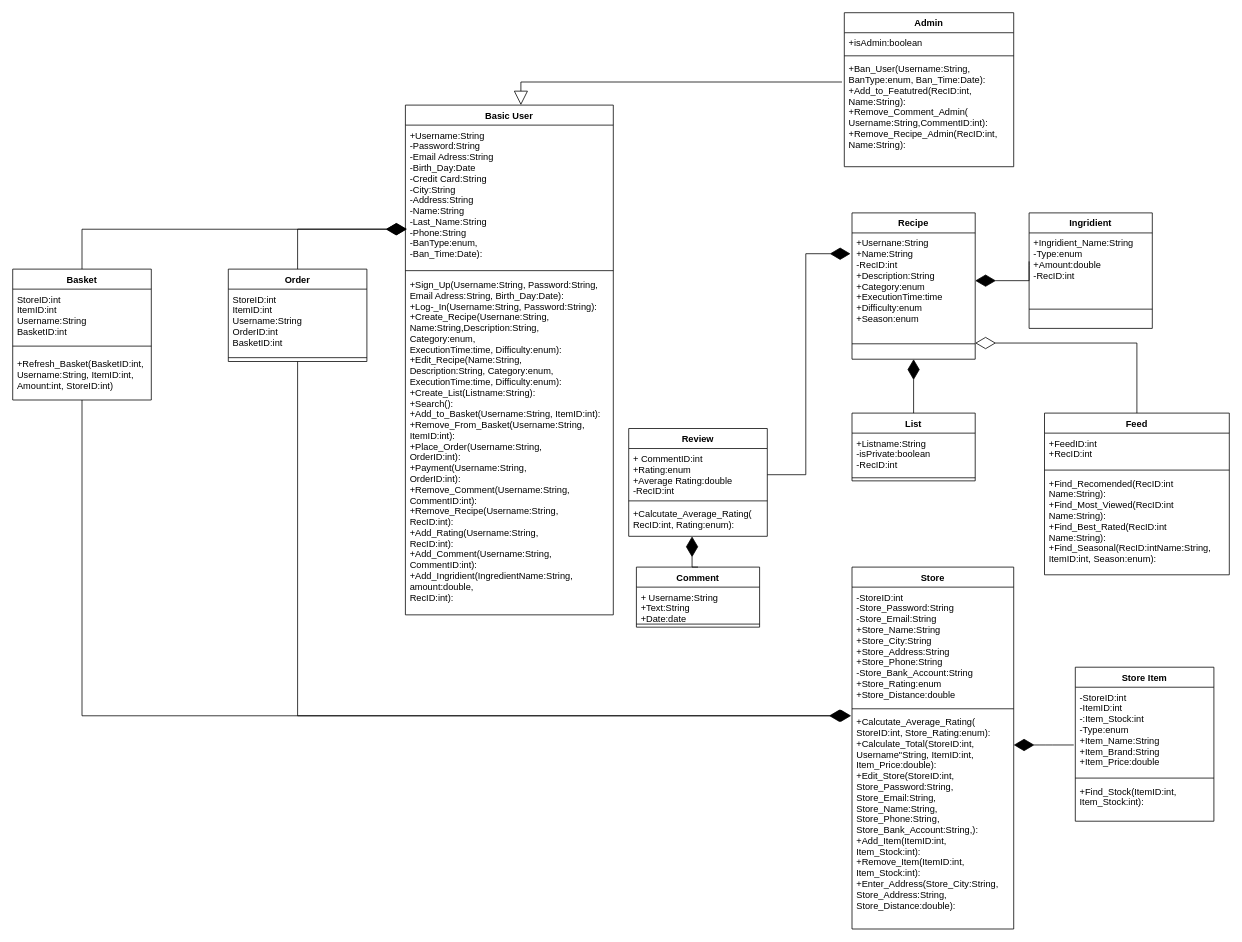
NKapetanidis/TexnologiaLogismikou keeps this draw.io diagram as Αναφορές/4o Παραδοτέο TΛ/Domain-model-v0.3.drawio. Above is the earlier version. Source tidied: cells renumbered, new cells numbered last; positions are measured from the earlier drawing's top-left corner, leaving out a move shared by most shapes. Both pictures are drawn from the tidied source at 77%, with x=0, y=0 at pixel (12, 12).
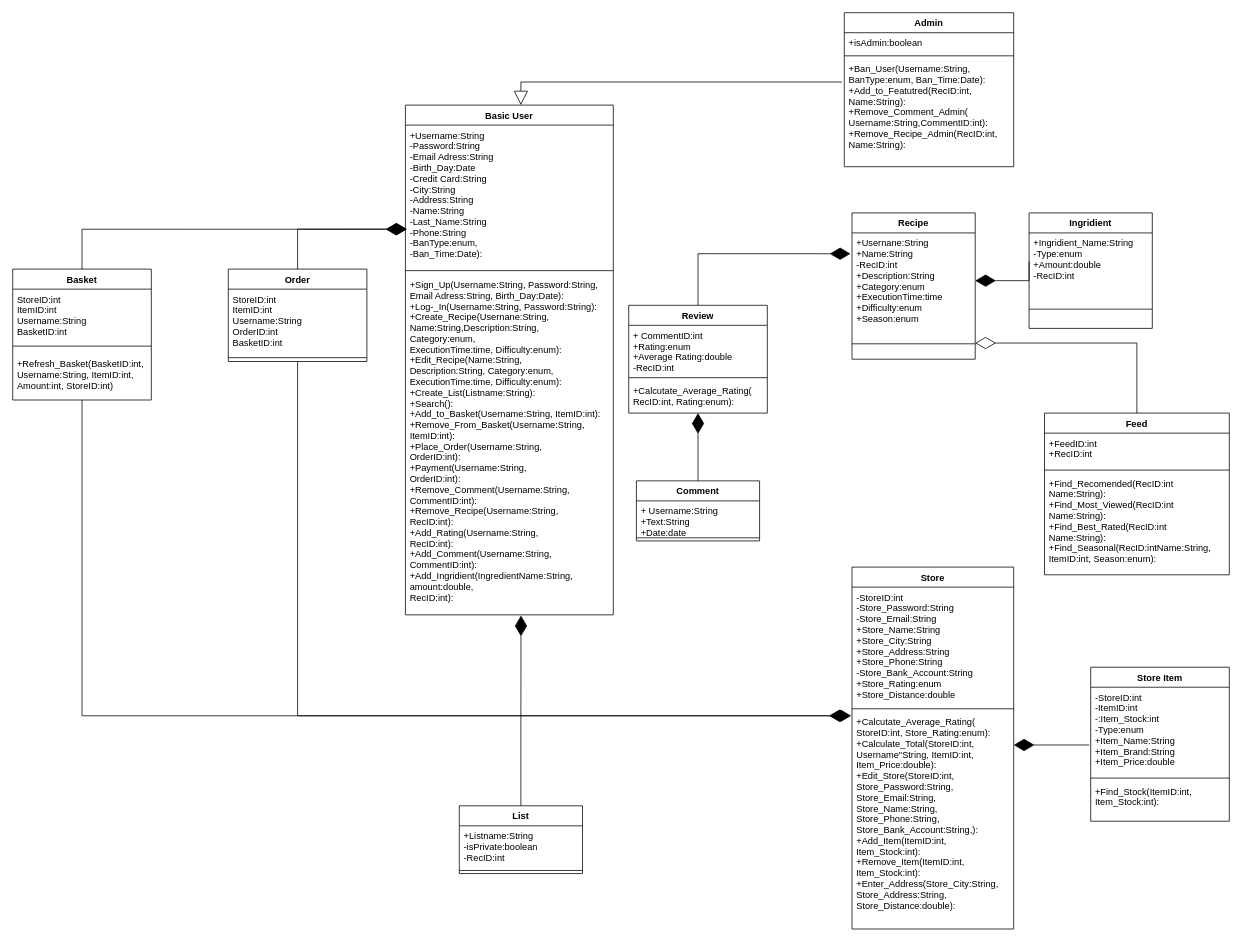
After the change.

The change refers to these unchanged cells:
```xml
<mxCell id="5" value="+Sign_Up(Username:String, Password:String, &#10;Email Adress:String, Birth_Day:Date):&#10;+Log-_In(Username:String, Password:String):&#10;+Create_Recipe(Usernane:String,&#10;Name:String,Description:String,&#10;Category:enum,&#10;ExecutionTime:time, Difficulty:enum): &#10;+Edit_Recipe(Name:String,&#10;Description:String, Category:enum,&#10;ExecutionTime:time, Difficulty:enum):&#10;+Create_List(Listname:String):&#10;+Search():&#10;+Add_to_Basket(Username:String, ItemID:int):&#10;+Remove_From_Basket(Username:String,&#10;ItemID:int):&#10;+Place_Order(Username:String,&#10;OrderID:int):&#10;+Payment(Username:String,&#10;OrderID:int):&#10;+Remove_Comment(Username:String,&#10;CommentID:int):&#10;+Remove_Recipe(Username:String,&#10;RecID:int):&#10;+Add_Rating(Username:String,&#10;RecID:int):&#10;+Add_Comment(Username:String,&#10;CommentID:int):&#10;+Add_Ingridient(IngredientName:String, &#10;amount:double,&#10;RecID:int):" style="text;strokeColor=none;fillColor=none;align=left;verticalAlign=top;spacingLeft=4;spacingRight=4;overflow=hidden;points=[[0,0.5],[1,0.5]];portConstraint=eastwest;" parent="2" vertex="1">
  <mxGeometry y="220" width="270" height="442" as="geometry" />
</mxCell>
<mxCell id="11" value="Recipe" style="swimlane;fontStyle=1;align=center;verticalAlign=top;horizontal=1;startSize=26;" parent="1" vertex="1">
  <mxGeometry x="1090" y="260" width="160" height="190" as="geometry" />
</mxCell>
<mxCell id="12" value="+Usernane:String&#10;+Name:String&#10;-RecID:int&#10;+Description:String&#10;+Category:enum&#10;+ExecutionTime:time&#10;+Difficulty:enum&#10;+Season:enum" style="text;strokeColor=none;fillColor=none;align=left;verticalAlign=top;spacingLeft=4;spacingRight=4;overflow=hidden;points=[[0,0.5],[1,0.5]];portConstraint=eastwest;" parent="11" vertex="1">
  <mxGeometry y="26" width="160" height="124" as="geometry" />
</mxCell>
<mxCell id="23" value="+ CommentID:int&#10;+Rating:enum&#10;+Average Rating:double&#10;-RecID:int" style="text;strokeColor=none;fillColor=none;align=left;verticalAlign=top;spacingLeft=4;spacingRight=4;overflow=hidden;points=[[0,0.5],[1,0.5]];portConstraint=eastwest;" parent="22" vertex="1">
  <mxGeometry y="26" width="180" height="64" as="geometry" />
</mxCell>
<mxCell id="25" value="+Calcutate_Average_Rating(&#10;RecID:int, Rating:enum):" style="text;strokeColor=none;fillColor=none;align=left;verticalAlign=top;spacingLeft=4;spacingRight=4;overflow=hidden;points=[[0,0.5],[1,0.5]];portConstraint=eastwest;" parent="22" vertex="1">
  <mxGeometry y="98" width="180" height="42" as="geometry" />
</mxCell>
```

The edit, as a diff of the source:
```diff
@@
     <mxCell id="18" value="List" style="swimlane;fontStyle=1;align=center;verticalAlign=top;horizontal=1;startSize=26;" parent="1" vertex="1">
-      <mxGeometry x="1090" y="520" width="160" height="88" as="geometry" />
+      <mxGeometry x="580" y="1030" width="160" height="88" as="geometry" />
     </mxCell>
@@
-    <mxCell id="21" style="endArrow=diamondThin;endFill=1;endSize=24;html=1;rounded=0;edgeStyle=orthogonalEdgeStyle;exitX=0.5;exitY=0;exitDx=0;exitDy=0;entryX=0.5;entryY=1;entryDx=0;entryDy=0;" parent="1" edge="1" source="18" target="11">
+    <mxCell id="21" style="endArrow=diamondThin;endFill=1;endSize=24;html=1;rounded=0;edgeStyle=orthogonalEdgeStyle;exitX=0.5;exitY=0;exitDx=0;exitDy=0;entryX=0.556;entryY=1.002;entryDx=0;entryDy=0;entryPerimeter=0;" parent="1" edge="1" source="18" target="5">
       <mxGeometry relative="1" as="geometry" />
     </mxCell>
     <mxCell id="22" value="Review" style="swimlane;fontStyle=1;align=center;verticalAlign=top;horizontal=1;startSize=26;" parent="1" vertex="1">
-      <mxGeometry x="800" y="540" width="180" height="140" as="geometry" />
+      <mxGeometry x="800" y="380" width="180" height="140" as="geometry" />
     </mxCell>
@@
     <mxCell id="26" value="Comment" style="swimlane;fontStyle=1;align=center;verticalAlign=top;horizontal=1;startSize=26;" parent="1" vertex="1">
-      <mxGeometry x="810" y="720" width="160" height="78" as="geometry" />
+      <mxGeometry x="810" y="608" width="160" height="78" as="geometry" />
     </mxCell>
@@
-    <mxCell id="29" style="endArrow=diamondThin;endFill=1;endSize=24;html=1;rounded=0;edgeStyle=orthogonalEdgeStyle;exitX=0.5;exitY=0;exitDx=0;exitDy=0;entryX=0.457;entryY=1.003;entryDx=0;entryDy=0;entryPerimeter=0;" parent="1" edge="1" source="26" target="25">
-      <mxGeometry relative="1" as="geometry">
-        <Array as="points">
-          <mxPoint x="882" y="720" />
-        </Array>
-      </mxGeometry>
+    <mxCell id="29" style="endArrow=diamondThin;endFill=1;endSize=24;html=1;rounded=0;edgeStyle=orthogonalEdgeStyle;exitX=0.5;exitY=0;exitDx=0;exitDy=0;entryX=0.5;entryY=1;entryDx=0;entryDy=0;entryPerimeter=0;" parent="1" edge="1" source="26" target="25">
+      <mxGeometry relative="1" as="geometry" />
     </mxCell>
-    <mxCell id="30" style="endArrow=diamondThin;endFill=1;endSize=24;html=1;rounded=0;edgeStyle=orthogonalEdgeStyle;entryX=-0.012;entryY=0.218;entryDx=0;entryDy=0;entryPerimeter=0;" parent="1" edge="1" source="23" target="12">
+    <mxCell id="30" style="endArrow=diamondThin;endFill=1;endSize=24;html=1;rounded=0;edgeStyle=orthogonalEdgeStyle;entryX=-0.012;entryY=0.218;entryDx=0;entryDy=0;entryPerimeter=0;exitX=0.5;exitY=0;exitDx=0;exitDy=0;" parent="1" edge="1" source="22" target="12">
       <mxGeometry relative="1" as="geometry">
         <Array as="points">
-          <mxPoint x="1030" y="600" />
-          <mxPoint x="1030" y="313" />
+          <mxPoint x="890" y="313" />
         </Array>
       </mxGeometry>
     </mxCell>
@@
     <mxCell id="40" value="Store Item" style="swimlane;fontStyle=1;align=center;verticalAlign=top;horizontal=1;startSize=26;" parent="1" vertex="1">
-      <mxGeometry x="1380" y="850" width="180" height="200" as="geometry" />
+      <mxGeometry x="1400" y="850" width="180" height="200" as="geometry" />
     </mxCell>
```
